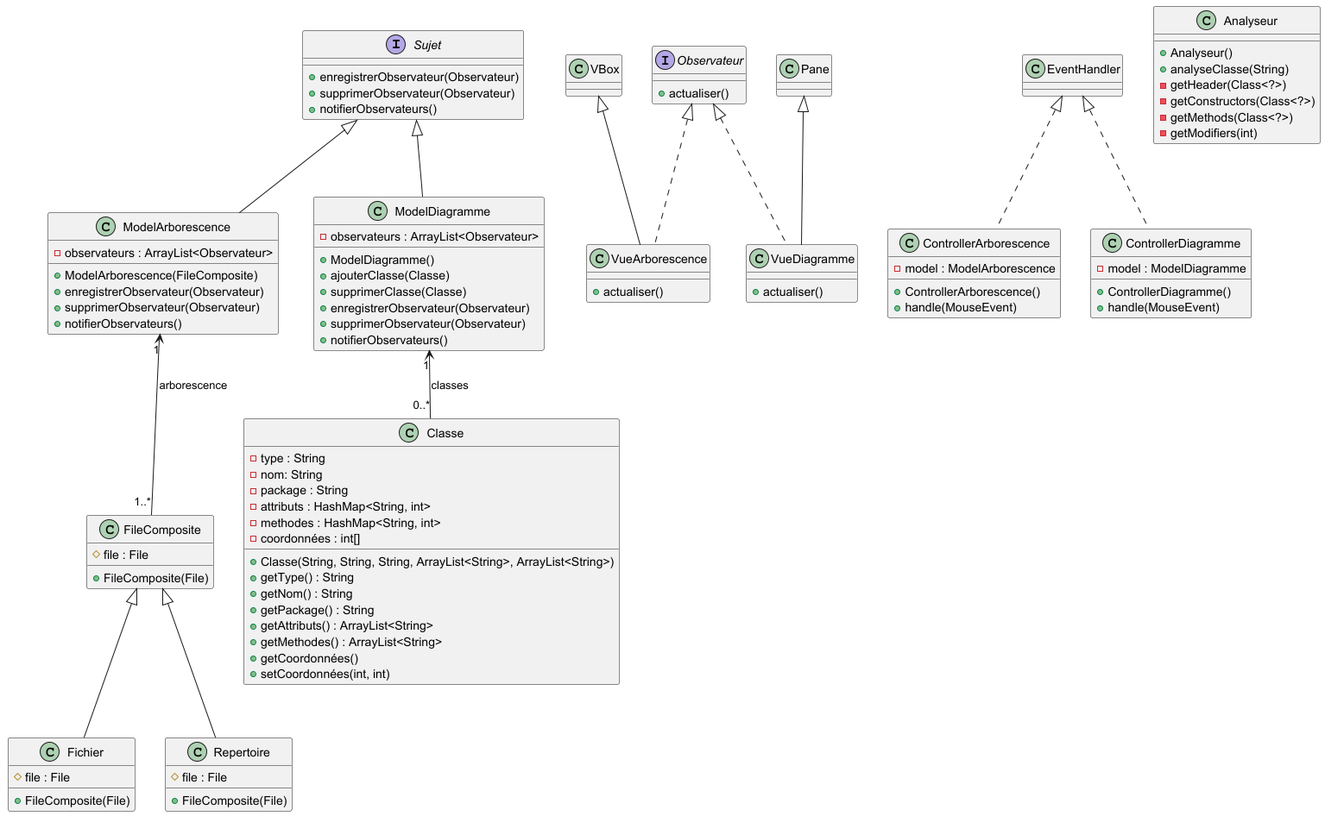
The PlantUML diagram Documents/Iteration1/DiagrammeDeClasse.png in ByZorks/SAE-3.01, before a commit.
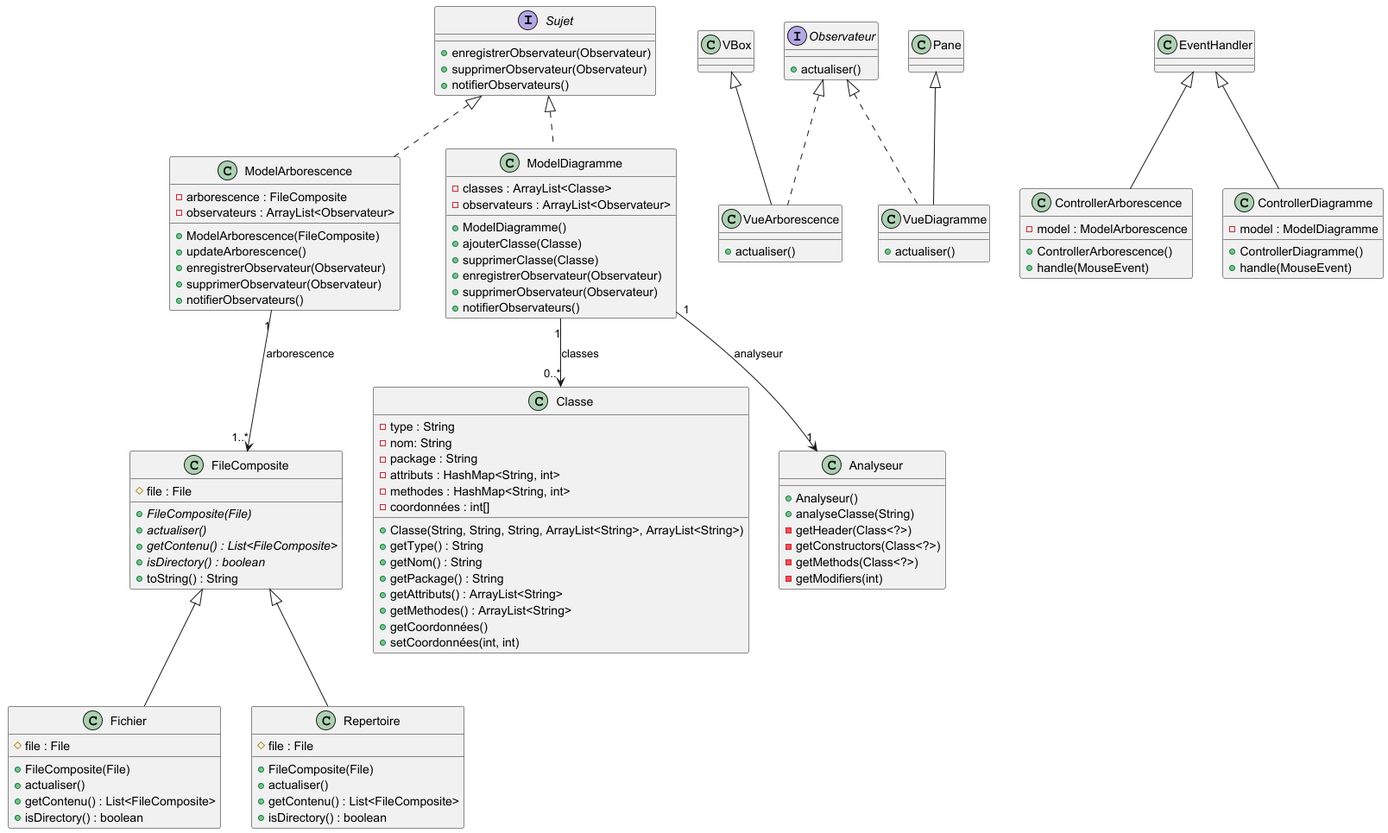
After the commit.

Commit message:
correction diagramme classe

The edit, as a diff of the source:
```diff
@@ -18,14 +18,17 @@
 }
 
 class ModelArborescence {
+    - arborescence : FileComposite
     - observateurs : ArrayList<Observateur>
     + ModelArborescence(FileComposite)
+    + updateArborescence()
     + enregistrerObservateur(Observateur)
     + supprimerObservateur(Observateur)
     + notifierObservateurs()
 }
 
 class ModelDiagramme {
+    - classes : ArrayList<Classe>
     - observateurs : ArrayList<Observateur>
     + ModelDiagramme()
     + ajouterClasse(Classe)
@@ -49,17 +52,27 @@
 
 class FileComposite {
     # file : File
-    + FileComposite(File)
+    + {abstract} FileComposite(File)
+    + {abstract} actualiser()
+    + {abstract} getContenu() : List<FileComposite>
+    + {abstract} isDirectory() : boolean
+    + toString() : String
 }
 
 class Fichier {
     # file : File
     + FileComposite(File)
+    + actualiser()
+    + getContenu() : List<FileComposite>
+    + isDirectory() : boolean
 }
 
 class Repertoire {
     # file : File
     + FileComposite(File)
+    + actualiser()
+    + getContenu() : List<FileComposite>
+    + isDirectory() : boolean
 }
 
 class Classe {
@@ -88,8 +101,8 @@
     - getModifiers(int)
 }
 
-Sujet <|-- ModelArborescence
-Sujet <|-- ModelDiagramme
+Sujet <|.. ModelArborescence
+Sujet <|.. ModelDiagramme
 
 Observateur <|.. VueArborescence
 Observateur <|.. VueDiagramme
@@ -100,9 +113,10 @@
 FileComposite <|-- Fichier
 FileComposite <|-- Repertoire
 
-ModelDiagramme "1" <-- "0..*" Classe : classes
-ModelArborescence "1" <-- "1..*" FileComposite : arborescence
+ModelDiagramme "1" --> "0..*" Classe : classes
+ModelArborescence "1" --> "1..*" FileComposite : arborescence
+ModelDiagramme "1" --> "1" Analyseur : analyseur
 
-EventHandler <|.. ControllerArborescence
-EventHandler <|.. ControllerDiagramme
+EventHandler <|-- ControllerArborescence
+EventHandler <|-- ControllerDiagramme
 @enduml
```
